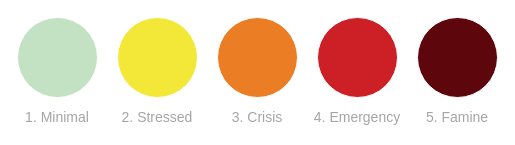
Earlier version of the draw.io diagram fig/IPC_Class_1.drawio (GIScience/gis-training-resource-center). Source tidied: cells renumbered, new cells numbered last; positions are measured from the earlier drawing's top-left corner, leaving out a move shared by most shapes. Both pictures are drawn from the tidied source at 100%, with x=0, y=0 at pixel (17, 17).
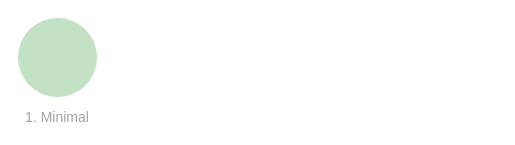
The same page after the edit.

Diff of the diagram source:
```diff
@@
 <mxGraphModel>
   <root>
     <mxCell id="0" />
     <mxCell id="1" parent="0" />
     <mxCell id="2" style="ellipse;whiteSpace=wrap;html=1;strokeColor=#FFFFFF;fillColor=#c3e2c3;" parent="1" vertex="1">
       <mxGeometry width="80" height="80" as="geometry" />
     </mxCell>
-    <mxCell id="3" style="ellipse;whiteSpace=wrap;html=1;strokeColor=#FFFFFF;fillColor=#f3e838;" parent="1" vertex="1">
-      <mxGeometry x="100" width="80" height="80" as="geometry" />
-    </mxCell>
-    <mxCell id="4" style="ellipse;whiteSpace=wrap;html=1;strokeColor=#FFFFFF;fillColor=#eb7d24;" parent="1" vertex="1">
-      <mxGeometry x="200" width="80" height="80" as="geometry" />
-    </mxCell>
-    <mxCell id="5" style="ellipse;whiteSpace=wrap;html=1;strokeColor=#FFFFFF;fillColor=#cd2026;" parent="1" vertex="1">
-      <mxGeometry x="300" width="80" height="80" as="geometry" />
-    </mxCell>
-    <mxCell id="6" style="ellipse;whiteSpace=wrap;html=1;strokeColor=#FFFFFF;fillColor=#5d060c;" parent="1" vertex="1">
-      <mxGeometry x="400" width="80" height="80" as="geometry" />
-    </mxCell>
     <mxCell id="7" value="1. Minimal" style="rounded=0;whiteSpace=wrap;html=1;strokeColor=none;fontSize=14;fontColor=#a5a5a5;fillColor=none;" parent="1" vertex="1">
       <mxGeometry y="90" width="80" height="20" as="geometry" />
     </mxCell>
-    <mxCell id="8" value="2. Stressed" style="rounded=0;whiteSpace=wrap;html=1;strokeColor=none;fontSize=14;fontColor=#a5a5a5;fillColor=none;" parent="1" vertex="1">
-      <mxGeometry x="100" y="90" width="80" height="20" as="geometry" />
-    </mxCell>
-    <mxCell id="9" value="3. Crisis" style="rounded=0;whiteSpace=wrap;html=1;strokeColor=none;fontSize=14;fontColor=#a5a5a5;fillColor=none;" parent="1" vertex="1">
-      <mxGeometry x="200" y="90" width="80" height="20" as="geometry" />
-    </mxCell>
-    <mxCell id="10" value="4. Emergency" style="rounded=0;whiteSpace=wrap;html=1;strokeColor=none;fontSize=14;fontColor=#a5a5a5;fillColor=none;" parent="1" vertex="1">
-      <mxGeometry x="295" y="90" width="90" height="20" as="geometry" />
-    </mxCell>
-    <mxCell id="11" value="5. Famine" style="rounded=0;whiteSpace=wrap;html=1;strokeColor=none;fontSize=14;fontColor=#a5a5a5;fillColor=none;" parent="1" vertex="1">
-      <mxGeometry x="400" y="90" width="80" height="20" as="geometry" />
-    </mxCell>
   </root>
 </mxGraphModel>
```
